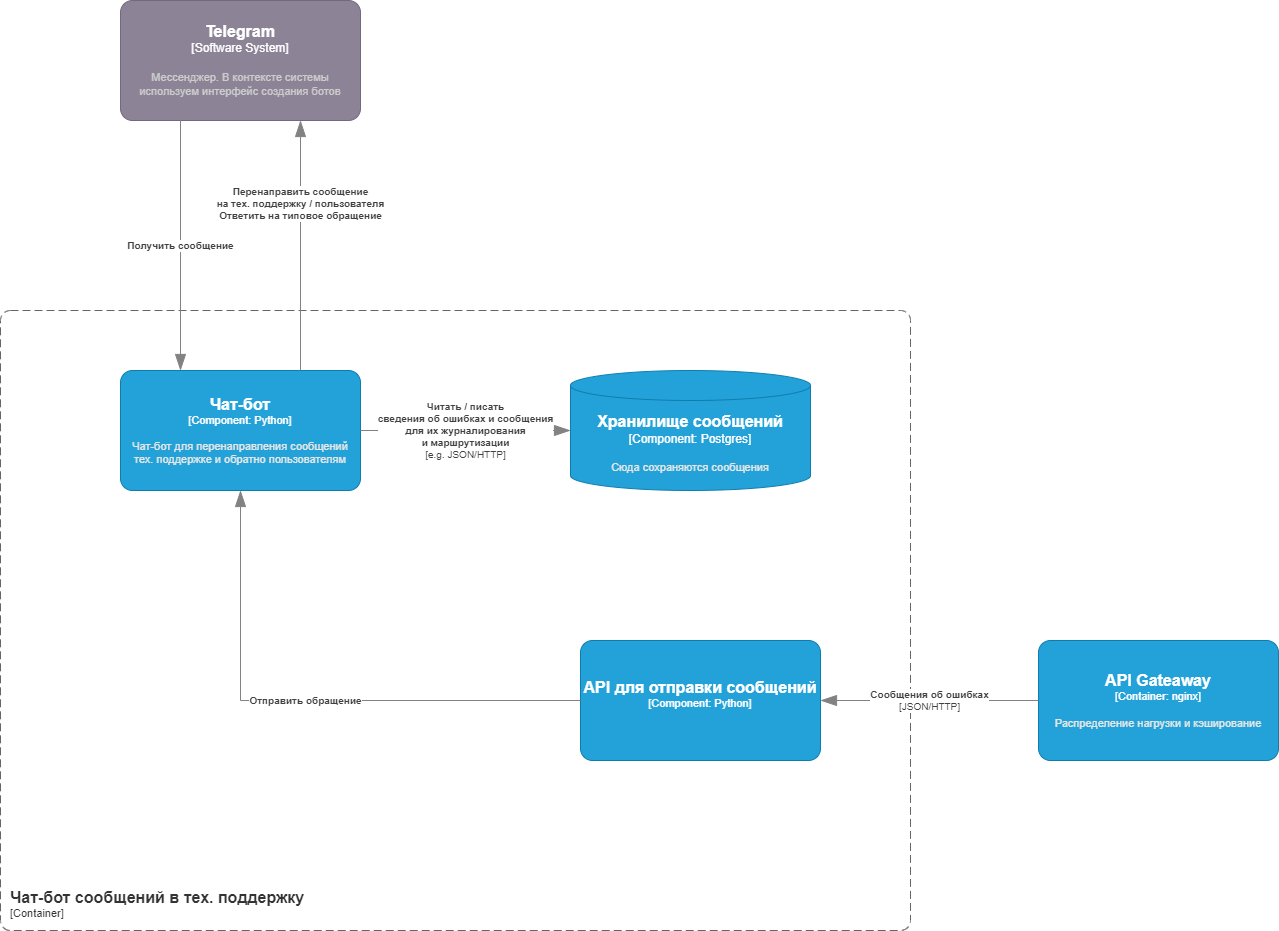
This is Lab Work №2/docs/SSAD 2-4.png from yunas-x/Diploma, a draw.io export, as it was before one commit. Source tidied: cells renumbered, new cells last; positions are measured from the earlier drawing's top-left corner, leaving out a move shared by most shapes.
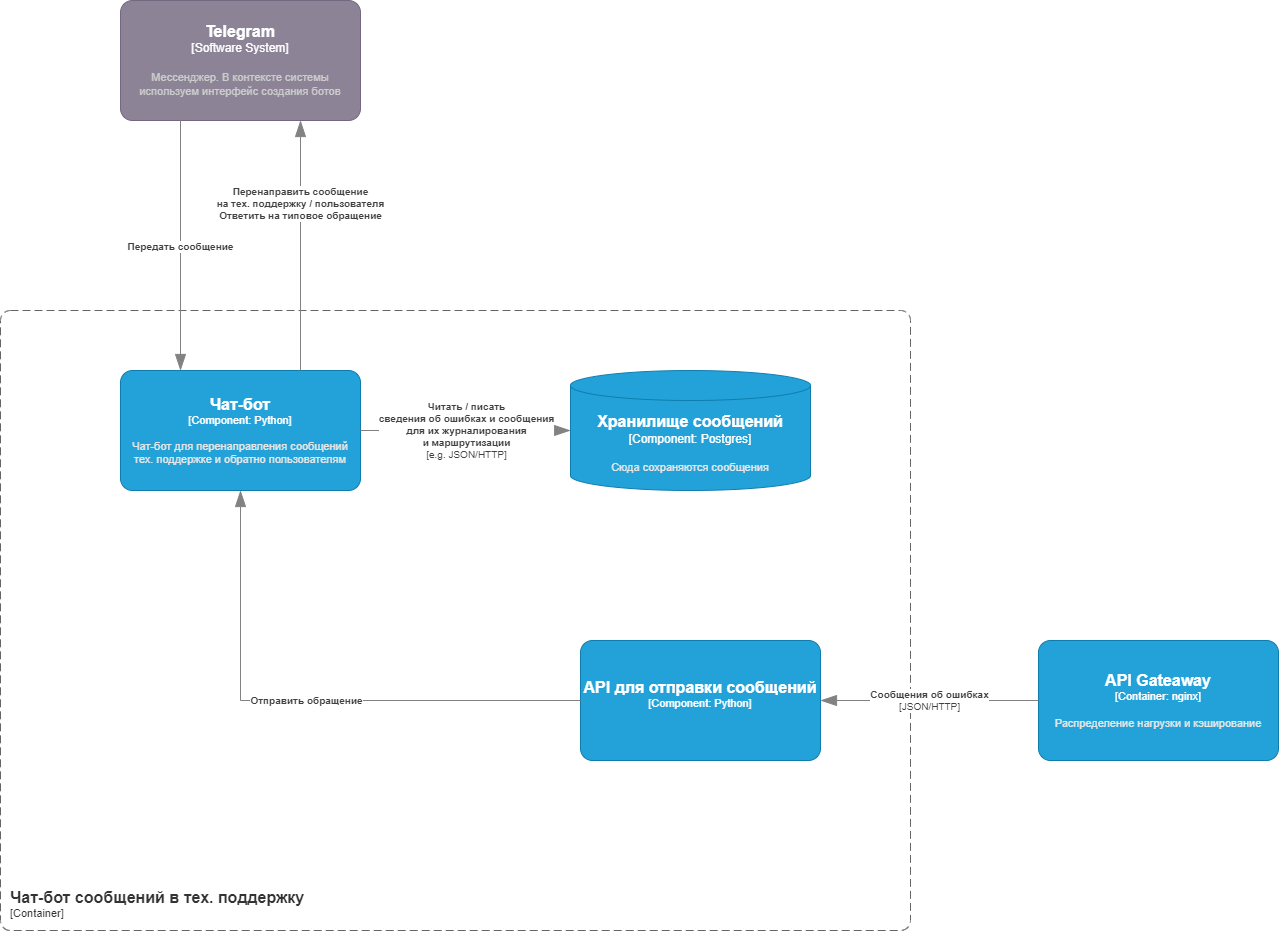
Later version of the same file.

The edit, as a diff of the source:
```diff
@@ -52,7 +52,7 @@
         </mxGeometry>
       </mxCell>
     </object>
-    <object id="11" label="&lt;div style=&quot;text-align: left&quot;&gt;&lt;div style=&quot;text-align: center&quot;&gt;&lt;b&gt;%c4Description%&lt;/b&gt;&lt;/div&gt;" c4Description="Получить сообщение" c4Type="Relationship" placeholders="1">
+    <object id="11" label="&lt;div style=&quot;text-align: left&quot;&gt;&lt;div style=&quot;text-align: center&quot;&gt;&lt;b&gt;%c4Description%&lt;/b&gt;&lt;/div&gt;" c4Description="Передать сообщение" c4Type="Relationship" placeholders="1">
       <mxCell style="endArrow=blockThin;html=1;fontSize=10;fontColor=#404040;strokeWidth=1;endFill=1;strokeColor=#828282;elbow=vertical;endSize=14;startSize=14;jumpStyle=arc;jumpSize=16;rounded=0;edgeStyle=orthogonalEdgeStyle;entryX=0.25;entryY=0;entryDx=0;entryDy=0;entryPerimeter=0;" parent="1" edge="1" source="9" target="3">
         <mxGeometry relative="1" as="geometry">
           <Array as="points">
```
